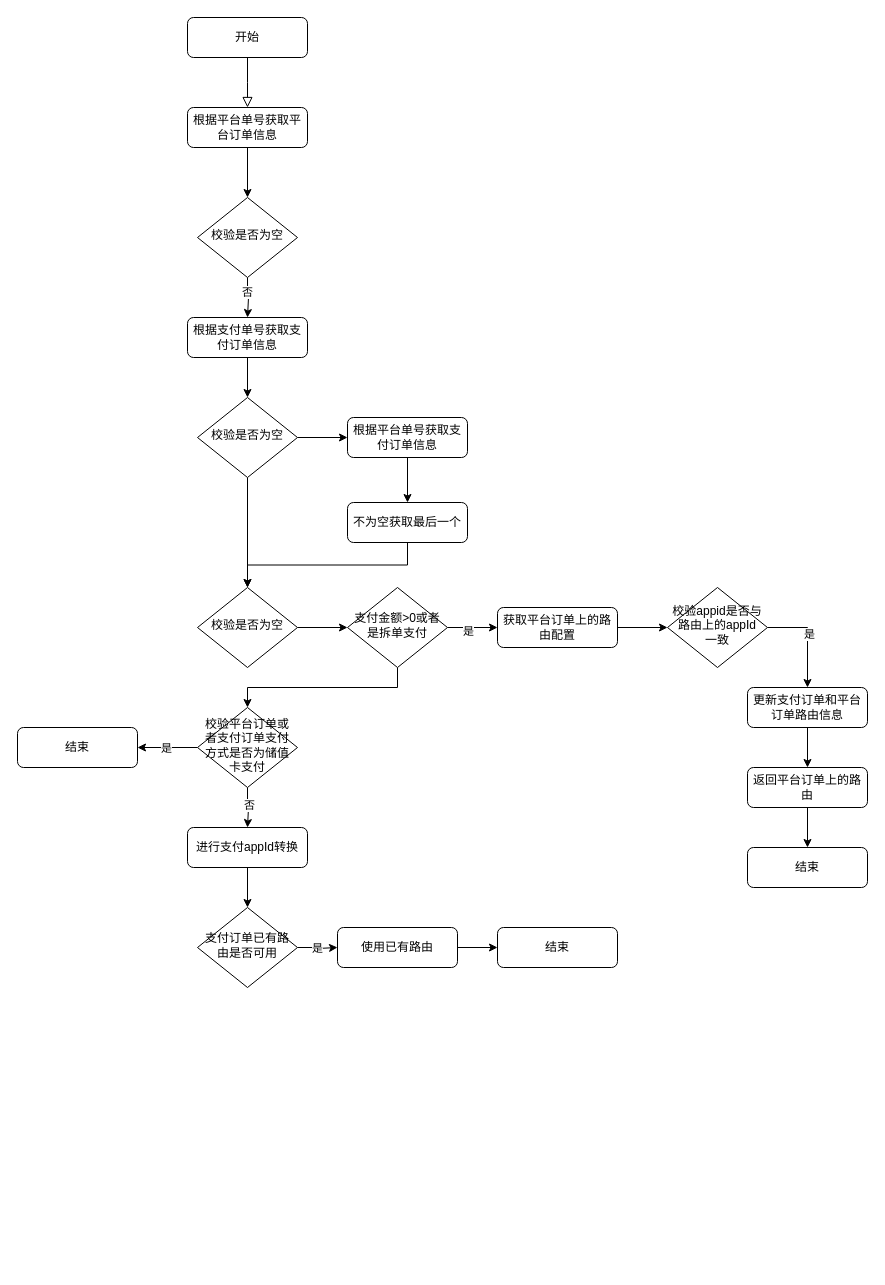
This is 支付路由逻辑梳理.drawio from guohuan0126/test, a draw.io file, before an edit. Source tidied: cells renumbered, new cells numbered last; positions are measured from the earlier drawing's top-left corner, leaving out a move shared by most shapes. Both pictures are drawn from the tidied source at 100%, with x=0, y=0 at pixel (17, 17).
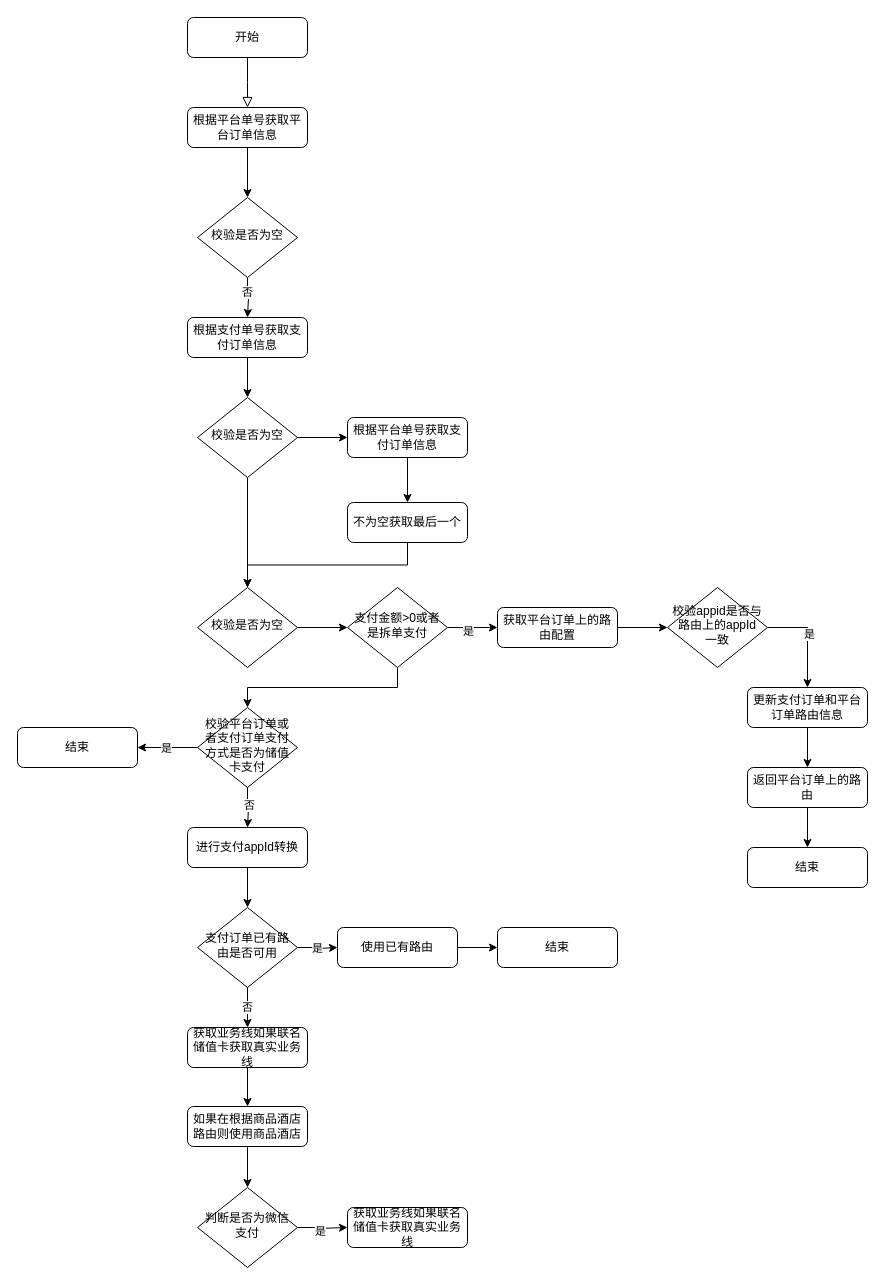
The same page after the edit.

Commit message:
更新支付路由逻辑梳理.drawio

The change refers to these unchanged cells:
```xml
<mxCell id="43" value="支付订单已有路由是否可用" style="rhombus;whiteSpace=wrap;html=1;shadow=0;fontFamily=Helvetica;fontSize=12;align=center;strokeWidth=1;spacing=6;spacingTop=-4;" parent="1" vertex="1">
  <mxGeometry x="180" y="890" width="100" height="80" as="geometry" />
</mxCell>
```

Diff of the diagram source:
```diff
@@
+    <mxCell id="47" value="否" style="edgeStyle=orthogonalEdgeStyle;rounded=0;jettySize=auto;html=1;exitX=0.5;exitY=1;exitDx=0;exitDy=0;entryX=0.5;entryY=0;entryDx=0;entryDy=0;" parent="1" edge="1" source="43" target="49">
+      <mxGeometry relative="1" as="geometry" />
+    </mxCell>
@@
+    <mxCell id="48" style="edgeStyle=orthogonalEdgeStyle;rounded=0;jettySize=auto;html=1;exitX=0.5;exitY=1;exitDx=0;exitDy=0;" parent="1" edge="1" source="49" target="51">
+      <mxGeometry relative="1" as="geometry" />
+    </mxCell>
+    <mxCell id="49" value="获取业务线如果联名储值卡获取真实业务线" style="rounded=1;whiteSpace=wrap;html=1;fontSize=12;glass=0;strokeWidth=1;shadow=0;" parent="1" vertex="1">
+      <mxGeometry x="170" y="1010" width="120" height="40" as="geometry" />
+    </mxCell>
+    <mxCell id="50" style="edgeStyle=orthogonalEdgeStyle;rounded=0;jettySize=auto;html=1;exitX=0.5;exitY=1;exitDx=0;exitDy=0;entryX=0.5;entryY=0;entryDx=0;entryDy=0;" parent="1" edge="1" source="51" target="54">
+      <mxGeometry relative="1" as="geometry" />
+    </mxCell>
+    <mxCell id="51" value="如果在根据商品酒店路由则使用商品酒店" style="rounded=1;whiteSpace=wrap;html=1;fontSize=12;glass=0;strokeWidth=1;shadow=0;" parent="1" vertex="1">
+      <mxGeometry x="170" y="1089" width="120" height="40" as="geometry" />
+    </mxCell>
+    <mxCell id="52" style="edgeStyle=orthogonalEdgeStyle;rounded=0;jettySize=auto;html=1;exitX=1;exitY=0.5;exitDx=0;exitDy=0;entryX=0;entryY=0.5;entryDx=0;entryDy=0;" parent="1" edge="1" source="54" target="55">
+      <mxGeometry relative="1" as="geometry">
+        <Array as="points">
+          <mxPoint x="300" y="1210" />
+          <mxPoint x="300" y="1211" />
+        </Array>
+      </mxGeometry>
+    </mxCell>
+    <mxCell id="53" value="是" style="edgeLabel;html=1;align=center;verticalAlign=middle;" parent="52" vertex="1">
+      <mxGeometry x="-0.1" y="-3" relative="1" as="geometry" />
+    </mxCell>
+    <mxCell id="54" value="判断是否为微信支付" style="rhombus;whiteSpace=wrap;html=1;shadow=0;fontFamily=Helvetica;fontSize=12;align=center;strokeWidth=1;spacing=6;spacingTop=-4;" parent="1" vertex="1">
+      <mxGeometry x="180" y="1170" width="100" height="80" as="geometry" />
+    </mxCell>
+    <mxCell id="55" value="获取业务线如果联名储值卡获取真实业务线" style="rounded=1;whiteSpace=wrap;html=1;fontSize=12;glass=0;strokeWidth=1;shadow=0;" parent="1" vertex="1">
+      <mxGeometry x="330" y="1190" width="120" height="40" as="geometry" />
+    </mxCell>
```
